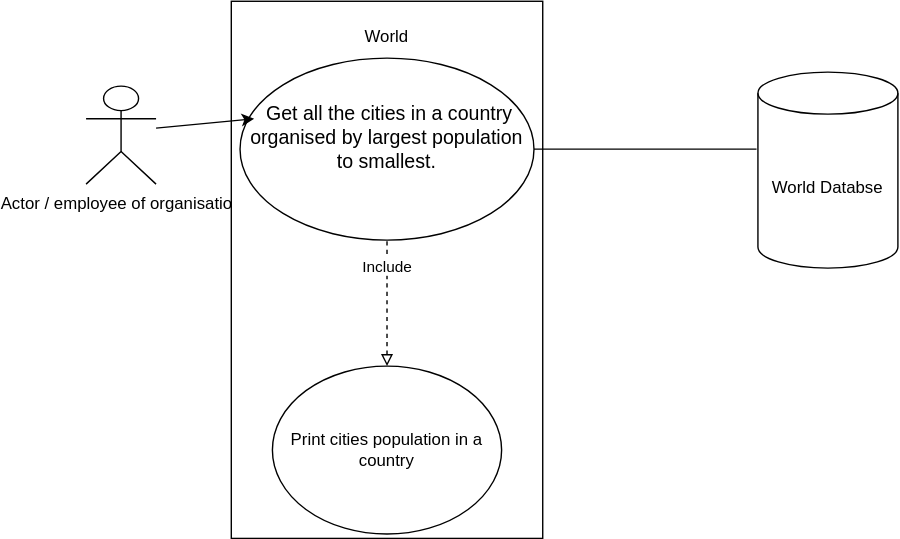
This is use-cases/populationDiagram.svg from RoryM18/sem_group20, a draw.io export, as it was before one commit. Source tidied: cells renumbered, new cells last; positions are measured from the earlier drawing's top-left corner, leaving out a move shared by most shapes.
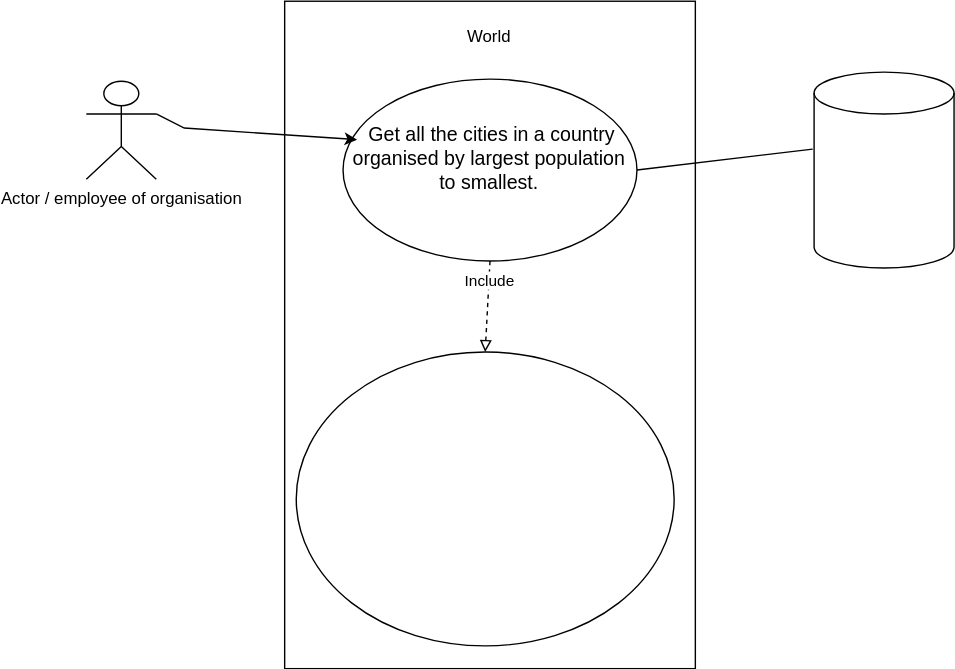
Later version of the same file.

The edit, as a diff of the source:
```diff
@@ -3,29 +3,31 @@
     <mxCell id="0" />
     <mxCell id="1" parent="0" />
     <mxCell id="2" value="Actor / employee of organisation" style="shape=umlActor;verticalLabelPosition=bottom;verticalAlign=top;html=1;outlineConnect=0;" parent="1" vertex="1">
-      <mxGeometry y="50" width="50" height="70" as="geometry" />
+      <mxGeometry x="-40" y="46.6" width="50" height="70" as="geometry" />
     </mxCell>
     <mxCell id="3" style="rounded=0;whiteSpace=wrap;html=1;rotation=-90;" parent="1" vertex="1">
-      <mxGeometry x="23.1" y="70" width="383.8" height="222.5" as="geometry" />
+      <mxGeometry x="10" y="81.1" width="476.9" height="293.4" as="geometry" />
     </mxCell>
     <mxCell id="4" value="World" style="text;html=1;strokeColor=none;fillColor=none;align=center;verticalAlign=middle;whiteSpace=wrap;rounded=0;" parent="1" vertex="1">
-      <mxGeometry x="185" width="60" height="30" as="geometry" />
+      <mxGeometry x="218.4" width="60" height="30" as="geometry" />
     </mxCell>
     <mxCell id="5" value="&lt;p dir=&quot;auto&quot; style=&quot;box-sizing: border-box ; margin-top: 0px ; margin-bottom: 16px ; font-size: 14px ; font-style: normal ; font-weight: normal ; letter-spacing: normal ; text-indent: 0px ; text-transform: none ; word-spacing: 0px ; text-decoration: none&quot;&gt;&lt;span&gt;&amp;nbsp;Get all the cities in a country organised by largest population to smallest.&lt;/span&gt;&lt;/p&gt;" style="ellipse;whiteSpace=wrap;html=1;" parent="1" vertex="1">
-      <mxGeometry x="110" y="30" width="210" height="130" as="geometry" />
+      <mxGeometry x="143.4" y="45" width="210" height="130" as="geometry" />
     </mxCell>
-    <mxCell id="6" value="Print cities population in a country" style="ellipse;whiteSpace=wrap;html=1;fontColor=#000000;" parent="1" vertex="1">
-      <mxGeometry x="133.1" y="250" width="163.8" height="120" as="geometry" />
+    <mxCell id="6" value="&lt;font color=&quot;#ffffff&quot;&gt;Print&lt;br&gt;Name of the continent/region/country&lt;br&gt;Total population of the continent/region/country&lt;br&gt;Total population of the conyinet/region/country living in cities (including a %)&lt;br&gt;The total population of the continent/region/country not living in cities&amp;nbsp;&lt;/font&gt;" style="ellipse;whiteSpace=wrap;html=1;fontColor=#000000;" parent="1" vertex="1">
+      <mxGeometry x="110" y="240" width="270" height="210" as="geometry" />
     </mxCell>
     <mxCell id="7" value="Include&lt;br&gt;" style="endArrow=none;dashed=1;html=1;rounded=0;fontColor=#000000;exitX=0.5;exitY=0;exitDx=0;exitDy=0;entryX=0.5;entryY=1;entryDx=0;entryDy=0;startArrow=block;startFill=0;" parent="1" edge="1" source="6" target="5">
       <mxGeometry x="0.56" relative="1" as="geometry" />
     </mxCell>
-    <mxCell id="8" style="endArrow=classic;html=1;rounded=0;fontColor=#000000;entryX=0.048;entryY=0.333;entryDx=0;entryDy=0;entryPerimeter=0;" parent="1" edge="1" target="5">
+    <mxCell id="8" style="endArrow=classic;html=1;rounded=0;fontColor=#000000;entryX=0.048;entryY=0.333;entryDx=0;entryDy=0;entryPerimeter=0;exitX=1;exitY=0.3333333333333333;exitDx=0;exitDy=0;exitPerimeter=0;" parent="1" edge="1" source="2" target="5">
       <mxGeometry relative="1" as="geometry">
-        <mxPoint x="50" y="80" as="sourcePoint" />
+        <Array as="points">
+          <mxPoint x="30" y="80" />
+        </Array>
       </mxGeometry>
     </mxCell>
-    <mxCell id="9" value="World Databse" style="shape=cylinder3;whiteSpace=wrap;html=1;boundedLbl=1;backgroundOutline=1;size=15;fontColor=#000000;" parent="1" vertex="1">
+    <mxCell id="9" value="&lt;font color=&quot;#ffffff&quot;&gt;World Databse&lt;/font&gt;" style="shape=cylinder3;whiteSpace=wrap;html=1;boundedLbl=1;backgroundOutline=1;size=15;fontColor=#000000;" parent="1" vertex="1">
       <mxGeometry x="480" y="40" width="100" height="140" as="geometry" />
     </mxCell>
     <mxCell id="10" style="endArrow=none;html=1;rounded=0;fontColor=#000000;exitX=1;exitY=0.5;exitDx=0;exitDy=0;entryX=-0.01;entryY=0.393;entryDx=0;entryDy=0;entryPerimeter=0;" parent="1" edge="1" source="5" target="9">
```
